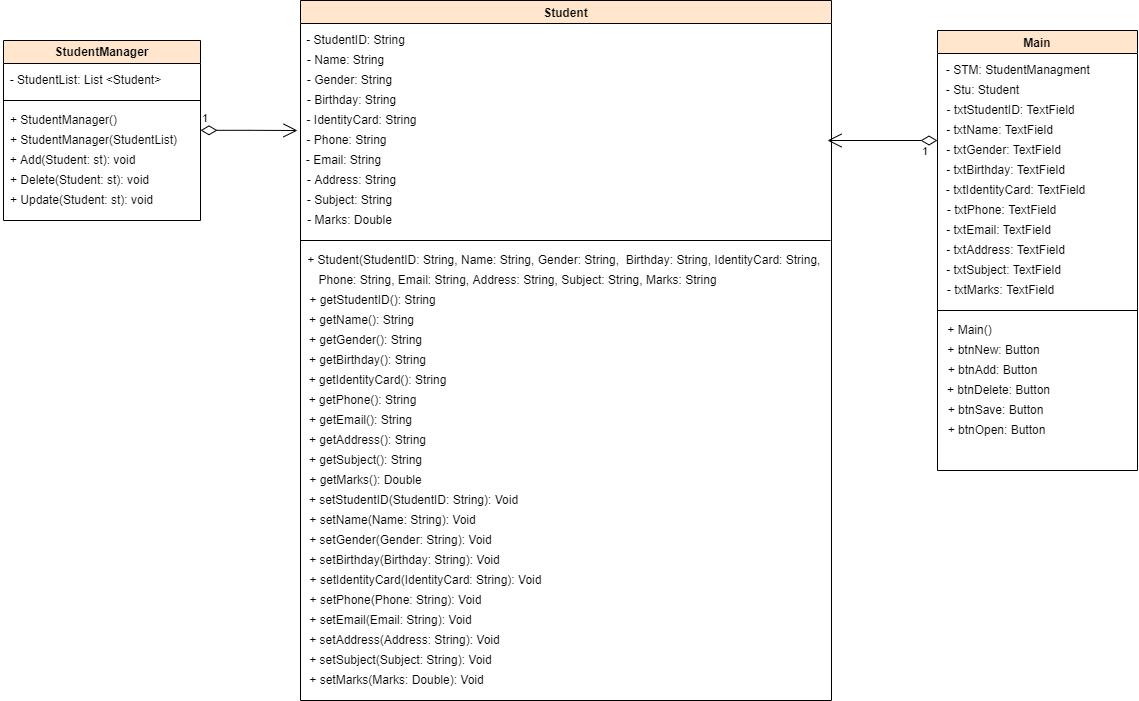
0TinNguyen0/JavaCoBan keeps this draw.io diagram as bai_tap_lon/UML.drawio.png. Above is the earlier version. Source tidied: cells renumbered, new cells last; positions are measured from the earlier drawing's top-left corner, leaving out a move shared by most shapes.
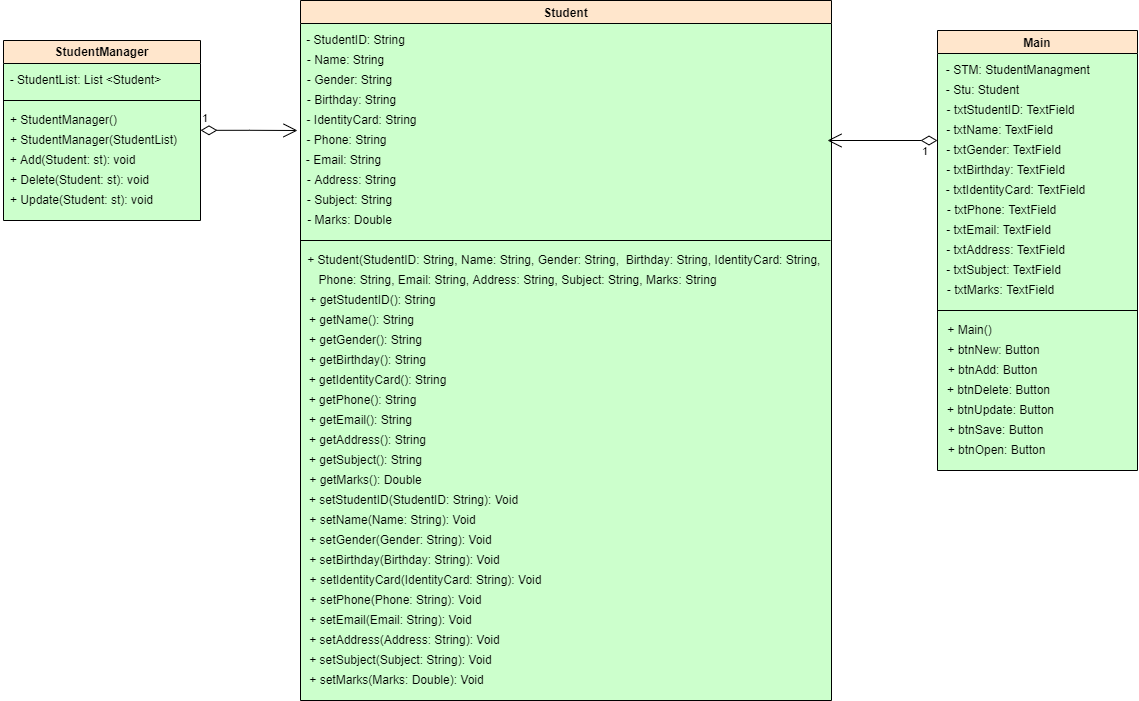
The same file after the commit.

The edit, as a diff of the source:
```diff
@@ -2,7 +2,7 @@
   <root>
     <mxCell id="0" />
     <mxCell id="1" parent="0" />
-    <mxCell id="2" value="Student" style="swimlane;fillColor=#ffe6cc;strokeColor=#000000;labelBackgroundColor=none;rounded=0;swimlaneFillColor=default;" parent="1" vertex="1">
+    <mxCell id="2" value="Student" style="swimlane;fillColor=#ffe6cc;strokeColor=#000000;labelBackgroundColor=none;rounded=0;swimlaneFillColor=#CCFFCC;" parent="1" vertex="1">
       <mxGeometry x="300" width="531" height="700" as="geometry" />
     </mxCell>
     <mxCell id="3" value="- StudentID: String" style="text;html=1;align=center;verticalAlign=middle;strokeColor=none;fillColor=none;" parent="2" vertex="1">
@@ -107,7 +107,7 @@
     <mxCell id="35" value="+ setMarks(Marks: Double): Void" style="text;html=1;align=center;verticalAlign=middle;strokeColor=none;fillColor=none;" parent="2" vertex="1">
       <mxGeometry x="1" y="670" width="190" height="20" as="geometry" />
     </mxCell>
-    <mxCell id="36" value="Main" style="swimlane;fillColor=#ffe6cc;strokeColor=#000000;swimlaneFillColor=default;" parent="1" vertex="1">
+    <mxCell id="36" value="Main" style="swimlane;fillColor=#ffe6cc;strokeColor=#000000;swimlaneFillColor=#CCFFCC;" parent="1" vertex="1">
       <mxGeometry x="937" y="30" width="200" height="440" as="geometry" />
     </mxCell>
     <mxCell id="37" value="- txtStudentID: TextField" style="text;html=1;align=center;verticalAlign=middle;strokeColor=none;fillColor=none;" parent="36" vertex="1">
@@ -165,11 +165,14 @@
       <mxGeometry x="1" y="350" width="120" height="20" as="geometry" />
     </mxCell>
     <mxCell id="54" value="+ btnSave: Button" style="text;html=1;align=center;verticalAlign=middle;strokeColor=none;fillColor=none;" parent="36" vertex="1">
-      <mxGeometry x="3" y="370" width="110" height="20" as="geometry" />
+      <mxGeometry x="3" y="390" width="110" height="20" as="geometry" />
     </mxCell>
     <mxCell id="55" value="+ btnOpen: Button" style="text;html=1;align=center;verticalAlign=middle;strokeColor=none;fillColor=none;" parent="36" vertex="1">
-      <mxGeometry x="4" y="390" width="110" height="20" as="geometry" />
+      <mxGeometry x="4" y="410" width="110" height="20" as="geometry" />
     </mxCell>
+    <mxCell id="66" value="+ btnUpdate: Button" style="text;html=1;align=center;verticalAlign=middle;strokeColor=none;fillColor=none;" parent="36" vertex="1">
+      <mxGeometry x="3" y="370" width="120" height="20" as="geometry" />
+    </mxCell>
     <mxCell id="56" value="1" style="endArrow=open;html=1;endSize=12;startArrow=diamondThin;startSize=14;startFill=0;edgeStyle=orthogonalEdgeStyle;align=left;verticalAlign=bottom;rounded=0;" parent="1" edge="1">
       <mxGeometry x="-1" y="3" relative="1" as="geometry">
         <mxPoint x="200" y="129.8" as="sourcePoint" />
@@ -185,7 +188,7 @@
         <mxPoint x="827" y="140" as="targetPoint" />
       </mxGeometry>
     </mxCell>
-    <mxCell id="58" value="StudentManager" style="swimlane;swimlaneFillColor=default;rounded=0;shadow=0;glass=0;sketch=0;labelBackgroundColor=none;swimlaneHead=1;swimlaneBody=1;horizontal=1;labelBorderColor=none;fillColor=#ffe6cc;strokeColor=default;fixDash=0;backgroundOutline=0;movableLabel=0;comic=0;fontColor=default;whiteSpace=wrap;" parent="1" vertex="1">
+    <mxCell id="58" value="StudentManager" style="swimlane;swimlaneFillColor=#CCFFCC;rounded=0;shadow=0;glass=0;sketch=0;labelBackgroundColor=none;swimlaneHead=1;swimlaneBody=1;horizontal=1;labelBorderColor=none;fillColor=#ffe6cc;strokeColor=default;fixDash=0;backgroundOutline=0;movableLabel=0;comic=0;fontColor=default;whiteSpace=wrap;" parent="1" vertex="1">
       <mxGeometry x="3" y="40" width="197" height="180" as="geometry" />
     </mxCell>
     <mxCell id="59" value="- StudentList: List &amp;lt;Student&amp;gt;" style="text;html=1;align=center;verticalAlign=middle;strokeColor=none;fillColor=none;labelBackgroundColor=none;fontColor=default;" parent="58" vertex="1">
```
